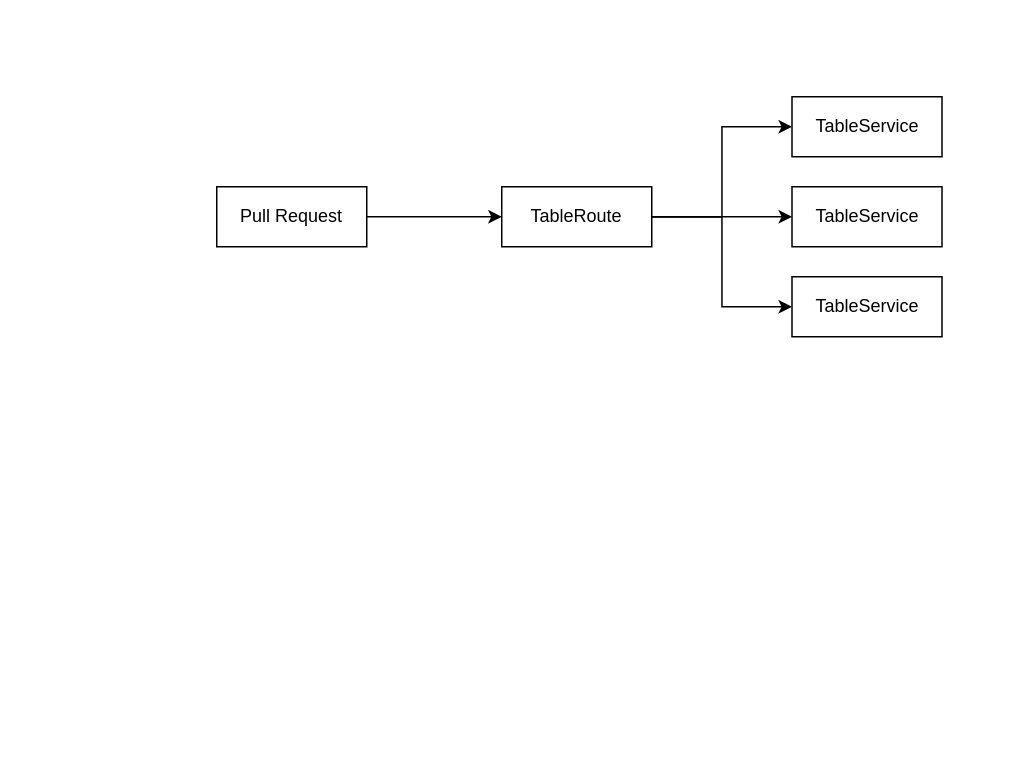
This is .drawio from Superjomn/_tmp_images, a draw.io file, before an edit. Source tidied: cells renumbered, new cells numbered last; positions are measured from the earlier drawing's top-left corner, leaving out a move shared by most shapes. Both pictures are drawn from the tidied source at 150%, with x=0, y=0 at pixel (216, 96).
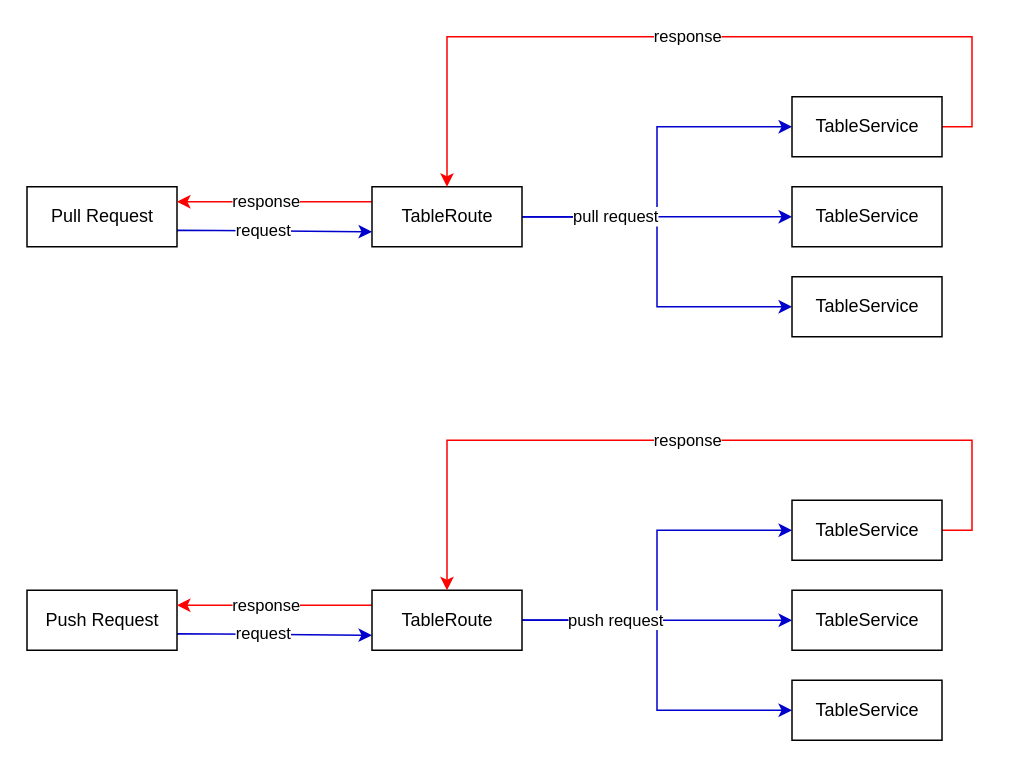
Above is the later version.

Unchanged cells that the change refers to:
```xml
<mxCell id="8" value="TableService" style="rounded=0;whiteSpace=wrap;html=1;" parent="1" vertex="1">
  <mxGeometry x="383.5" width="100" height="40" as="geometry" />
</mxCell>
<mxCell id="9" value="TableService" style="rounded=0;whiteSpace=wrap;html=1;" parent="1" vertex="1">
  <mxGeometry x="383.5" y="60" width="100" height="40" as="geometry" />
</mxCell>
<mxCell id="10" value="TableService" style="rounded=0;whiteSpace=wrap;html=1;" parent="1" vertex="1">
  <mxGeometry x="383.5" y="120" width="100" height="40" as="geometry" />
</mxCell>
```

Diff of the diagram source:
```diff
@@
-    <mxCell id="2" style="edgeStyle=orthogonalEdgeStyle;rounded=0;jettySize=auto;html=1;exitX=1;exitY=0.5;exitDx=0;exitDy=0;entryX=0;entryY=0.5;entryDx=0;entryDy=0;" parent="1" edge="1" source="3" target="7">
-      <mxGeometry relative="1" as="geometry" />
+    <mxCell id="2" style="edgeStyle=orthogonalEdgeStyle;rounded=0;jettySize=auto;html=1;exitX=1;exitY=0.75;exitDx=0;exitDy=0;entryX=0;entryY=0.75;entryDx=0;entryDy=0;strokeColor=#0000CC;" parent="1" edge="1" source="3" target="7">
+      <mxGeometry relative="1" as="geometry">
+        <Array as="points">
+          <mxPoint x="-26.5" y="89" />
+        </Array>
+      </mxGeometry>
     </mxCell>
+    <mxCell id="11" value="request" style="edgeLabel;html=1;align=center;verticalAlign=middle;" parent="2" vertex="1">
+      <mxGeometry x="-0.11" y="1" relative="1" as="geometry" />
+    </mxCell>
     <mxCell id="3" value="Pull Request" style="rounded=0;whiteSpace=wrap;html=1;" parent="1" vertex="1">
-      <mxGeometry y="60" width="100" height="40" as="geometry" />
+      <mxGeometry x="-126.5" y="60" width="100" height="40" as="geometry" />
     </mxCell>
-    <mxCell id="4" style="edgeStyle=orthogonalEdgeStyle;rounded=0;jettySize=auto;html=1;exitX=1;exitY=0.5;exitDx=0;exitDy=0;entryX=0;entryY=0.5;entryDx=0;entryDy=0;" parent="1" edge="1" source="7" target="8">
+    <mxCell id="4" style="edgeStyle=orthogonalEdgeStyle;rounded=0;jettySize=auto;html=1;exitX=1;exitY=0.5;exitDx=0;exitDy=0;entryX=0;entryY=0.5;entryDx=0;entryDy=0;strokeColor=#0000CC;" parent="1" edge="1" source="7" target="8">
       <mxGeometry relative="1" as="geometry" />
     </mxCell>
-    <mxCell id="5" style="edgeStyle=orthogonalEdgeStyle;rounded=0;jettySize=auto;html=1;exitX=1;exitY=0.5;exitDx=0;exitDy=0;entryX=0;entryY=0.5;entryDx=0;entryDy=0;" parent="1" edge="1" source="7" target="9">
+    <mxCell id="5" style="edgeStyle=orthogonalEdgeStyle;rounded=0;jettySize=auto;html=1;exitX=1;exitY=0.5;exitDx=0;exitDy=0;entryX=0;entryY=0.5;entryDx=0;entryDy=0;strokeColor=#0000CC;" parent="1" edge="1" source="7" target="9">
       <mxGeometry relative="1" as="geometry" />
     </mxCell>
-    <mxCell id="6" style="edgeStyle=orthogonalEdgeStyle;rounded=0;jettySize=auto;html=1;exitX=1;exitY=0.5;exitDx=0;exitDy=0;entryX=0;entryY=0.5;entryDx=0;entryDy=0;" parent="1" edge="1" source="7" target="10">
+    <mxCell id="6" style="edgeStyle=orthogonalEdgeStyle;rounded=0;jettySize=auto;html=1;exitX=1;exitY=0.5;exitDx=0;exitDy=0;entryX=0;entryY=0.5;entryDx=0;entryDy=0;strokeColor=#0000CC;" parent="1" edge="1" source="7" target="10">
       <mxGeometry relative="1" as="geometry" />
     </mxCell>
+    <mxCell id="12" value="pull request" style="edgeLabel;html=1;align=center;verticalAlign=middle;" parent="6" vertex="1">
+      <mxGeometry x="-0.48" y="1" relative="1" as="geometry" />
+    </mxCell>
+    <mxCell id="13" style="edgeStyle=orthogonalEdgeStyle;rounded=0;jettySize=auto;html=1;exitX=0;exitY=0.25;exitDx=0;exitDy=0;entryX=1;entryY=0.25;entryDx=0;entryDy=0;strokeColor=#FF0000;" parent="1" edge="1" source="7" target="3">
+      <mxGeometry relative="1" as="geometry" />
+    </mxCell>
+    <mxCell id="14" value="response" style="edgeLabel;html=1;align=center;verticalAlign=middle;" parent="13" vertex="1">
+      <mxGeometry x="0.15" y="1" relative="1" as="geometry">
+        <mxPoint x="4" y="-2" as="offset" />
+      </mxGeometry>
+    </mxCell>
     <mxCell id="7" value="TableRoute" style="rounded=0;whiteSpace=wrap;html=1;" parent="1" vertex="1">
-      <mxGeometry x="190" y="60" width="100" height="40" as="geometry" />
+      <mxGeometry x="103.5" y="60" width="100" height="40" as="geometry" />
     </mxCell>
+    <mxCell id="15" style="edgeStyle=orthogonalEdgeStyle;rounded=0;jettySize=auto;html=1;exitX=1;exitY=0.5;exitDx=0;exitDy=0;entryX=0.5;entryY=0;entryDx=0;entryDy=0;strokeColor=#FF0000;" parent="1" edge="1" source="8" target="7">
+      <mxGeometry relative="1" as="geometry">
+        <Array as="points">
+          <mxPoint x="503.5" y="20" />
+          <mxPoint x="503.5" y="-40" />
+          <mxPoint x="153.5" y="-40" />
+        </Array>
+      </mxGeometry>
+    </mxCell>
+    <mxCell id="16" value="response" style="edgeLabel;html=1;align=center;verticalAlign=middle;" parent="15" vertex="1">
+      <mxGeometry x="0.02" y="-1" relative="1" as="geometry" />
+    </mxCell>
@@
+    <mxCell id="17" style="edgeStyle=orthogonalEdgeStyle;rounded=0;jettySize=auto;html=1;exitX=1;exitY=0.75;exitDx=0;exitDy=0;entryX=0;entryY=0.75;entryDx=0;entryDy=0;strokeColor=#0000CC;" parent="1" edge="1" source="19" target="26">
+      <mxGeometry relative="1" as="geometry">
+        <Array as="points">
+          <mxPoint x="-26.5" y="358" />
+        </Array>
+      </mxGeometry>
+    </mxCell>
+    <mxCell id="18" value="request" style="edgeLabel;html=1;align=center;verticalAlign=middle;" parent="17" vertex="1">
+      <mxGeometry x="-0.11" y="1" relative="1" as="geometry" />
+    </mxCell>
+    <mxCell id="19" value="Push Request" style="rounded=0;whiteSpace=wrap;html=1;" parent="1" vertex="1">
+      <mxGeometry x="-126.5" y="329" width="100" height="40" as="geometry" />
+    </mxCell>
+    <mxCell id="20" style="edgeStyle=orthogonalEdgeStyle;rounded=0;jettySize=auto;html=1;exitX=1;exitY=0.5;exitDx=0;exitDy=0;entryX=0;entryY=0.5;entryDx=0;entryDy=0;strokeColor=#0000CC;" parent="1" edge="1" source="26" target="29">
+      <mxGeometry relative="1" as="geometry" />
+    </mxCell>
+    <mxCell id="21" style="edgeStyle=orthogonalEdgeStyle;rounded=0;jettySize=auto;html=1;exitX=1;exitY=0.5;exitDx=0;exitDy=0;entryX=0;entryY=0.5;entryDx=0;entryDy=0;strokeColor=#0000CC;" parent="1" edge="1" source="26" target="30">
+      <mxGeometry relative="1" as="geometry" />
+    </mxCell>
+    <mxCell id="22" style="edgeStyle=orthogonalEdgeStyle;rounded=0;jettySize=auto;html=1;exitX=1;exitY=0.5;exitDx=0;exitDy=0;entryX=0;entryY=0.5;entryDx=0;entryDy=0;strokeColor=#0000CC;" parent="1" edge="1" source="26" target="31">
+      <mxGeometry relative="1" as="geometry" />
+    </mxCell>
+    <mxCell id="23" value="push request" style="edgeLabel;html=1;align=center;verticalAlign=middle;" parent="22" vertex="1">
+      <mxGeometry x="-0.48" y="1" relative="1" as="geometry" />
+    </mxCell>
+    <mxCell id="24" style="edgeStyle=orthogonalEdgeStyle;rounded=0;jettySize=auto;html=1;exitX=0;exitY=0.25;exitDx=0;exitDy=0;entryX=1;entryY=0.25;entryDx=0;entryDy=0;strokeColor=#FF0000;" parent="1" edge="1" source="26" target="19">
+      <mxGeometry relative="1" as="geometry" />
+    </mxCell>
+    <mxCell id="25" value="response" style="edgeLabel;html=1;align=center;verticalAlign=middle;" parent="24" vertex="1">
+      <mxGeometry x="0.15" y="1" relative="1" as="geometry">
+        <mxPoint x="4" y="-2" as="offset" />
+      </mxGeometry>
+    </mxCell>
+    <mxCell id="26" value="TableRoute" style="rounded=0;whiteSpace=wrap;html=1;" parent="1" vertex="1">
+      <mxGeometry x="103.5" y="329" width="100" height="40" as="geometry" />
+    </mxCell>
+    <mxCell id="27" style="edgeStyle=orthogonalEdgeStyle;rounded=0;jettySize=auto;html=1;exitX=1;exitY=0.5;exitDx=0;exitDy=0;entryX=0.5;entryY=0;entryDx=0;entryDy=0;strokeColor=#FF0000;" parent="1" edge="1" source="29" target="26">
+      <mxGeometry relative="1" as="geometry">
+        <Array as="points">
+          <mxPoint x="503.5" y="289" />
+          <mxPoint x="503.5" y="229" />
+          <mxPoint x="153.5" y="229" />
+        </Array>
+      </mxGeometry>
+    </mxCell>
+    <mxCell id="28" value="response" style="edgeLabel;html=1;align=center;verticalAlign=middle;" parent="27" vertex="1">
+      <mxGeometry x="0.02" y="-1" relative="1" as="geometry" />
+    </mxCell>
+    <mxCell id="29" value="TableService" style="rounded=0;whiteSpace=wrap;html=1;" parent="1" vertex="1">
+      <mxGeometry x="383.5" y="269" width="100" height="40" as="geometry" />
+    </mxCell>
+    <mxCell id="30" value="TableService" style="rounded=0;whiteSpace=wrap;html=1;" parent="1" vertex="1">
+      <mxGeometry x="383.5" y="329" width="100" height="40" as="geometry" />
+    </mxCell>
+    <mxCell id="31" value="TableService" style="rounded=0;whiteSpace=wrap;html=1;" parent="1" vertex="1">
+      <mxGeometry x="383.5" y="389" width="100" height="40" as="geometry" />
+    </mxCell>
```
